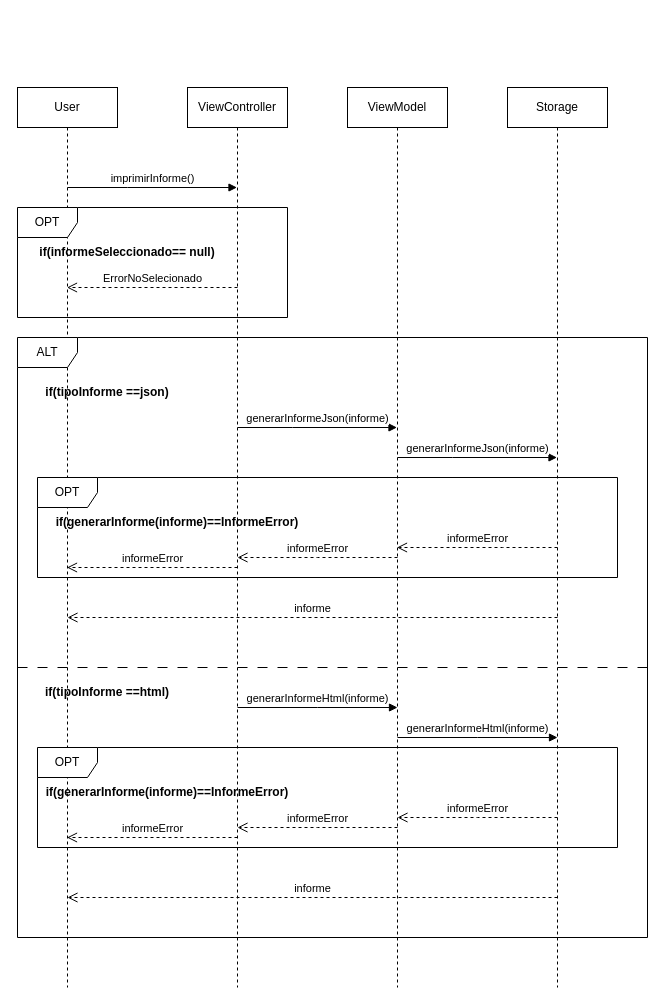
This is entornos-desarrollo/Diagramas/DiagramaSecuenciaImprimirInforme.drawio from JiaChengZhang14/Proyecto_Grupal-ITV, a draw.io file, before an edit. Source tidied: cells renumbered, new cells numbered last; positions are measured from the earlier drawing's top-left corner, leaving out a move shared by most shapes. Both pictures are drawn from the tidied source at 100%, with x=0, y=0 at pixel (17, 87).
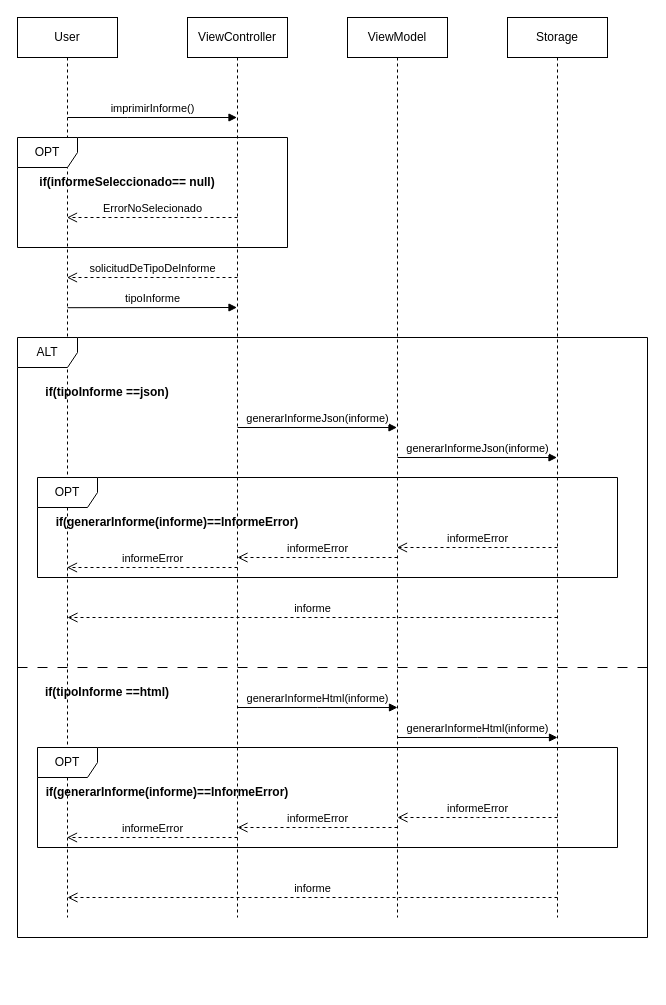
The same diagram, later.

Commit message (it also covers changes not shown here):
diagramas y requisitos actualizados

Diff of the diagram source:
```diff
@@
     <mxCell id="2" value="User" style="shape=umlLifeline;perimeter=lifelinePerimeter;whiteSpace=wrap;html=1;outlineConnect=0;portConstraint=eastwest;newEdgeStyle={&quot;edgeStyle&quot;:&quot;elbowEdgeStyle&quot;,&quot;elbow&quot;:&quot;vertical&quot;,&quot;curved&quot;:0,&quot;rounded&quot;:0};" parent="1" vertex="1">
-      <mxGeometry width="100" height="900" as="geometry" />
+      <mxGeometry y="-70" width="100" height="900" as="geometry" />
     </mxCell>
     <mxCell id="3" value="ViewController" style="shape=umlLifeline;perimeter=lifelinePerimeter;whiteSpace=wrap;html=1;outlineConnect=0;portConstraint=eastwest;newEdgeStyle={&quot;edgeStyle&quot;:&quot;elbowEdgeStyle&quot;,&quot;elbow&quot;:&quot;vertical&quot;,&quot;curved&quot;:0,&quot;rounded&quot;:0};" parent="1" vertex="1">
-      <mxGeometry x="170" width="100" height="900" as="geometry" />
+      <mxGeometry x="170" y="-70" width="100" height="900" as="geometry" />
     </mxCell>
     <mxCell id="4" value="ViewModel" style="shape=umlLifeline;perimeter=lifelinePerimeter;whiteSpace=wrap;html=1;outlineConnect=0;portConstraint=eastwest;newEdgeStyle={&quot;edgeStyle&quot;:&quot;elbowEdgeStyle&quot;,&quot;elbow&quot;:&quot;vertical&quot;,&quot;curved&quot;:0,&quot;rounded&quot;:0};" parent="1" vertex="1">
-      <mxGeometry x="330" width="100" height="900" as="geometry" />
+      <mxGeometry x="330" y="-70" width="100" height="900" as="geometry" />
     </mxCell>
     <mxCell id="5" value="Storage" style="shape=umlLifeline;perimeter=lifelinePerimeter;whiteSpace=wrap;html=1;outlineConnect=0;portConstraint=eastwest;newEdgeStyle={&quot;edgeStyle&quot;:&quot;elbowEdgeStyle&quot;,&quot;elbow&quot;:&quot;vertical&quot;,&quot;curved&quot;:0,&quot;rounded&quot;:0};" parent="1" vertex="1">
-      <mxGeometry x="490" width="100" height="900" as="geometry" />
+      <mxGeometry x="490" y="-70" width="100" height="900" as="geometry" />
     </mxCell>
     <mxCell id="6" value="imprimirInforme()" style="html=1;verticalAlign=bottom;endArrow=block;edgeStyle=elbowEdgeStyle;elbow=vertical;curved=0;rounded=0;" parent="1" edge="1" target="3">
       <mxGeometry relative="1" as="geometry">
-        <mxPoint x="50" y="100" as="sourcePoint" />
+        <mxPoint x="50" y="30" as="sourcePoint" />
       </mxGeometry>
     </mxCell>
     <mxCell id="7" value="OPT" style="shape=umlFrame;whiteSpace=wrap;html=1;" parent="1" vertex="1">
-      <mxGeometry y="120" width="270" height="110" as="geometry" />
+      <mxGeometry y="50" width="270" height="110" as="geometry" />
     </mxCell>
     <mxCell id="8" value="&lt;b style=&quot;border-color: var(--border-color);&quot;&gt;if(informeSeleccionado== null)&lt;/b&gt;" style="text;html=1;strokeColor=none;fillColor=none;align=center;verticalAlign=middle;whiteSpace=wrap;rounded=0;" parent="1" vertex="1">
-      <mxGeometry x="10" y="150" width="200" height="30" as="geometry" />
+      <mxGeometry x="10" y="80" width="200" height="30" as="geometry" />
     </mxCell>
     <mxCell id="9" value="ErrorNoSelecionado" style="html=1;verticalAlign=bottom;endArrow=open;dashed=1;endSize=8;edgeStyle=elbowEdgeStyle;elbow=vertical;curved=0;rounded=0;" parent="1" edge="1" target="2">
       <mxGeometry relative="1" as="geometry">
-        <mxPoint x="220" y="200" as="sourcePoint" />
+        <mxPoint x="220" y="130" as="sourcePoint" />
       </mxGeometry>
     </mxCell>
@@
-    <mxCell id="12" value="generarInformeJson(informe)" style="html=1;verticalAlign=bottom;endArrow=block;edgeStyle=elbowEdgeStyle;elbow=vertical;curved=0;rounded=0;" parent="1" edge="1" target="4">
+    <mxCell id="12" value="generarInformeJson(informe)" style="html=1;verticalAlign=bottom;endArrow=block;edgeStyle=elbowEdgeStyle;elbow=vertical;curved=0;rounded=0;" parent="1" edge="1">
       <mxGeometry relative="1" as="geometry">
         <mxPoint x="220" y="340" as="sourcePoint" />
+        <mxPoint x="379.5" y="339.9" as="targetPoint" />
       </mxGeometry>
     </mxCell>
-    <mxCell id="13" value="generarInformeJson(informe)" style="html=1;verticalAlign=bottom;endArrow=block;edgeStyle=elbowEdgeStyle;elbow=vertical;curved=0;rounded=0;" parent="1" edge="1" target="5">
+    <mxCell id="13" value="generarInformeJson(informe)" style="html=1;verticalAlign=bottom;endArrow=block;edgeStyle=elbowEdgeStyle;elbow=vertical;curved=0;rounded=0;" parent="1" edge="1">
       <mxGeometry relative="1" as="geometry">
         <mxPoint x="380" y="370" as="sourcePoint" />
+        <mxPoint x="539.5" y="370.3" as="targetPoint" />
       </mxGeometry>
     </mxCell>
@@
-    <mxCell id="16" value="informeError" style="html=1;verticalAlign=bottom;endArrow=open;dashed=1;endSize=8;edgeStyle=elbowEdgeStyle;elbow=vertical;curved=0;rounded=0;" parent="1" edge="1" target="4">
+    <mxCell id="16" value="informeError" style="html=1;verticalAlign=bottom;endArrow=open;dashed=1;endSize=8;edgeStyle=elbowEdgeStyle;elbow=vertical;curved=0;rounded=0;" parent="1" edge="1">
       <mxGeometry relative="1" as="geometry">
         <mxPoint x="540" y="460" as="sourcePoint" />
+        <mxPoint x="379.5" y="459.9" as="targetPoint" />
       </mxGeometry>
     </mxCell>
-    <mxCell id="17" value="informe" style="html=1;verticalAlign=bottom;endArrow=open;dashed=1;endSize=8;edgeStyle=elbowEdgeStyle;elbow=vertical;curved=0;rounded=0;entryX=0.5;entryY=0.589;entryDx=0;entryDy=0;entryPerimeter=0;" parent="1" edge="1" target="2">
+    <mxCell id="17" value="informe" style="html=1;verticalAlign=bottom;endArrow=open;dashed=1;endSize=8;edgeStyle=elbowEdgeStyle;elbow=vertical;curved=0;rounded=0;entryX=0.5;entryY=0.589;entryDx=0;entryDy=0;entryPerimeter=0;" parent="1" edge="1">
       <mxGeometry relative="1" as="geometry">
         <mxPoint x="540" y="530" as="sourcePoint" />
+        <mxPoint x="50" y="530.1" as="targetPoint" />
       </mxGeometry>
     </mxCell>
@@
-    <mxCell id="27" value="informeError" style="html=1;verticalAlign=bottom;endArrow=open;dashed=1;endSize=8;edgeStyle=elbowEdgeStyle;elbow=vertical;curved=0;rounded=0;" parent="1" edge="1" target="2">
+    <mxCell id="27" value="informeError" style="html=1;verticalAlign=bottom;endArrow=open;dashed=1;endSize=8;edgeStyle=elbowEdgeStyle;elbow=vertical;curved=0;rounded=0;" parent="1" edge="1">
       <mxGeometry relative="1" as="geometry">
         <mxPoint x="220" y="480" as="sourcePoint" />
+        <mxPoint x="49.5" y="479.9" as="targetPoint" />
       </mxGeometry>
     </mxCell>
@@
-    <mxCell id="29" value="informeError" style="html=1;verticalAlign=bottom;endArrow=open;dashed=1;endSize=8;edgeStyle=elbowEdgeStyle;elbow=vertical;curved=0;rounded=0;" parent="1" edge="1" target="2">
+    <mxCell id="29" value="informeError" style="html=1;verticalAlign=bottom;endArrow=open;dashed=1;endSize=8;edgeStyle=elbowEdgeStyle;elbow=vertical;curved=0;rounded=0;" parent="1" edge="1">
       <mxGeometry relative="1" as="geometry">
         <mxPoint x="220" y="750" as="sourcePoint" />
+        <mxPoint x="49.5" y="750.3" as="targetPoint" />
       </mxGeometry>
     </mxCell>
+    <mxCell id="30" value="solicitudDeTipoDeInforme" style="html=1;verticalAlign=bottom;endArrow=open;dashed=1;endSize=8;edgeStyle=elbowEdgeStyle;elbow=vertical;curved=0;rounded=0;" parent="1" edge="1" target="2">
+      <mxGeometry relative="1" as="geometry">
+        <mxPoint x="220" y="190" as="sourcePoint" />
+      </mxGeometry>
+    </mxCell>
+    <mxCell id="31" value="tipoInforme" style="html=1;verticalAlign=bottom;endArrow=block;edgeStyle=elbowEdgeStyle;elbow=vertical;curved=0;rounded=0;" parent="1" edge="1" target="3">
+      <mxGeometry relative="1" as="geometry">
+        <mxPoint x="50" y="220.2" as="sourcePoint" />
+      </mxGeometry>
+    </mxCell>
```
